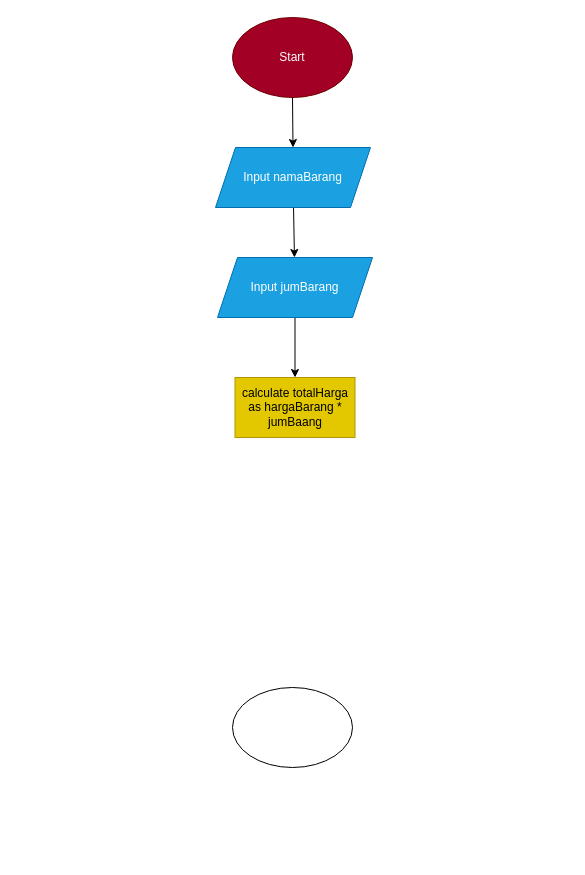
Before: flowchart.drawio in aldy02/aldy_rahman-sistem_kasir, a draw.io diagram. Source tidied: cells renumbered, new cells numbered last; positions are measured from the earlier drawing's top-left corner, leaving out a move shared by most shapes. Both pictures are drawn from the tidied source at 100%, with x=0, y=0 at pixel (215, 17).
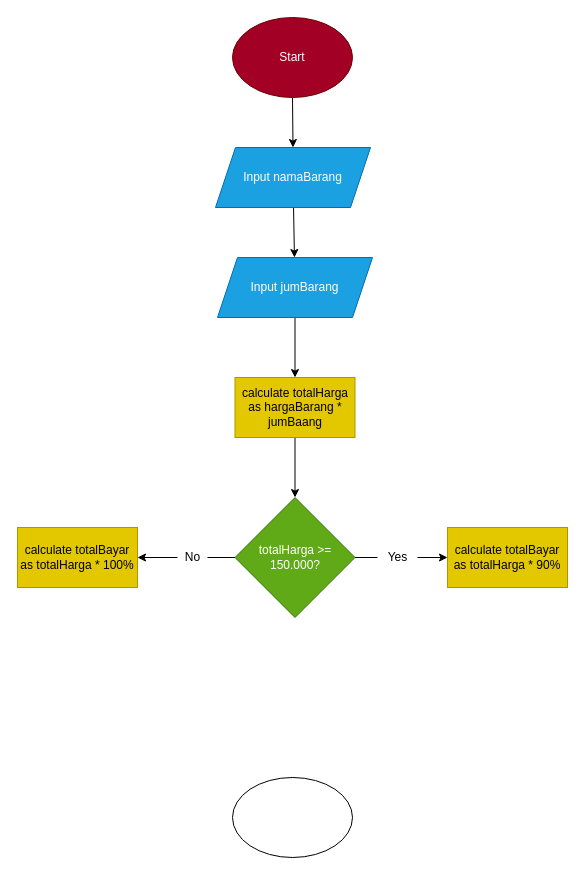
The same page after the edit.

Commit message:
feat: add if else condition for discount

What changed in the source:
```diff
@@
 <mxGraphModel>
   <root>
     <mxCell id="0" />
     <mxCell id="1" parent="0" />
     <mxCell id="2" style="edgeStyle=none;html=1;entryX=0.5;entryY=0;entryDx=0;entryDy=0;" parent="1" edge="1" source="3" target="6">
       <mxGeometry relative="1" as="geometry" />
     </mxCell>
     <mxCell id="3" value="Start" style="ellipse;whiteSpace=wrap;html=1;fillColor=#a20025;fontColor=#ffffff;strokeColor=#6F0000;" parent="1" vertex="1">
       <mxGeometry x="17" width="120" height="80" as="geometry" />
     </mxCell>
     <mxCell id="4" style="ellipse;whiteSpace=wrap;html=1;" parent="1" vertex="1">
-      <mxGeometry x="17" y="670" width="120" height="80" as="geometry" />
+      <mxGeometry x="17" y="760" width="120" height="80" as="geometry" />
     </mxCell>
     <mxCell id="5" style="edgeStyle=none;html=1;" parent="1" edge="1" source="6" target="8">
       <mxGeometry relative="1" as="geometry" />
     </mxCell>
     <mxCell id="6" value="Input namaBarang" style="shape=parallelogram;perimeter=parallelogramPerimeter;whiteSpace=wrap;html=1;fixedSize=1;fillColor=#1ba1e2;fontColor=#ffffff;strokeColor=#006EAF;" parent="1" vertex="1">
       <mxGeometry y="130" width="155" height="60" as="geometry" />
     </mxCell>
     <mxCell id="7" style="edgeStyle=none;html=1;" parent="1" edge="1" source="8" target="9">
       <mxGeometry relative="1" as="geometry" />
     </mxCell>
     <mxCell id="8" value="Input jumBarang" style="shape=parallelogram;perimeter=parallelogramPerimeter;whiteSpace=wrap;html=1;fixedSize=1;fillColor=#1ba1e2;fontColor=#ffffff;strokeColor=#006EAF;" parent="1" vertex="1">
       <mxGeometry x="2" y="240" width="155" height="60" as="geometry" />
     </mxCell>
+    <mxCell id="10" style="edgeStyle=none;html=1;entryX=0.5;entryY=0;entryDx=0;entryDy=0;" parent="1" edge="1" source="9" target="13">
+      <mxGeometry relative="1" as="geometry" />
+    </mxCell>
     <mxCell id="9" value="calculate totalHarga as hargaBarang * jumBaang" style="rounded=0;whiteSpace=wrap;html=1;fillColor=#e3c800;fontColor=#000000;strokeColor=#B09500;" parent="1" vertex="1">
       <mxGeometry x="19.5" y="360" width="120" height="60" as="geometry" />
     </mxCell>
+    <mxCell id="11" style="edgeStyle=none;html=1;entryX=0;entryY=0.5;entryDx=0;entryDy=0;startArrow=none;" parent="1" edge="1" source="16" target="15">
+      <mxGeometry relative="1" as="geometry" />
+    </mxCell>
+    <mxCell id="12" style="edgeStyle=none;html=1;entryX=1;entryY=0.5;entryDx=0;entryDy=0;startArrow=none;" parent="1" edge="1" source="18" target="14">
+      <mxGeometry relative="1" as="geometry" />
+    </mxCell>
+    <mxCell id="13" value="totalHarga &amp;gt;= 150.000?" style="rhombus;whiteSpace=wrap;html=1;fillColor=#60a917;fontColor=#ffffff;strokeColor=#2D7600;" parent="1" vertex="1">
+      <mxGeometry x="19.5" y="480" width="120" height="120" as="geometry" />
+    </mxCell>
+    <mxCell id="14" value="&lt;span&gt;calculate totalBayar as totalHarga * 100%&lt;/span&gt;" style="rounded=0;whiteSpace=wrap;html=1;fillColor=#e3c800;fontColor=#000000;strokeColor=#B09500;" parent="1" vertex="1">
+      <mxGeometry x="-198" y="510" width="120" height="60" as="geometry" />
+    </mxCell>
+    <mxCell id="15" value="calculate totalBayar as totalHarga * 90%" style="rounded=0;whiteSpace=wrap;html=1;fillColor=#e3c800;fontColor=#000000;strokeColor=#B09500;" parent="1" vertex="1">
+      <mxGeometry x="232" y="510" width="120" height="60" as="geometry" />
+    </mxCell>
+    <mxCell id="16" value="Yes" style="text;html=1;align=center;verticalAlign=middle;points=[];strokeColor=none;fillColor=none;" parent="1" vertex="1">
+      <mxGeometry x="162" y="530" width="40" height="20" as="geometry" />
+    </mxCell>
+    <mxCell id="17" style="edgeStyle=none;html=1;entryX=0;entryY=0.5;entryDx=0;entryDy=0;endArrow=none;" parent="1" edge="1" source="13" target="16">
+      <mxGeometry relative="1" as="geometry" />
+    </mxCell>
+    <mxCell id="18" value="No" style="text;html=1;align=center;verticalAlign=middle;points=[];strokeColor=none;fillColor=none;" parent="1" vertex="1">
+      <mxGeometry x="-38" y="530" width="30" height="20" as="geometry" />
+    </mxCell>
+    <mxCell id="19" style="edgeStyle=none;html=1;entryX=1;entryY=0.5;entryDx=0;entryDy=0;endArrow=none;" parent="1" edge="1" source="13" target="18">
+      <mxGeometry relative="1" as="geometry" />
+    </mxCell>
   </root>
 </mxGraphModel>
```
